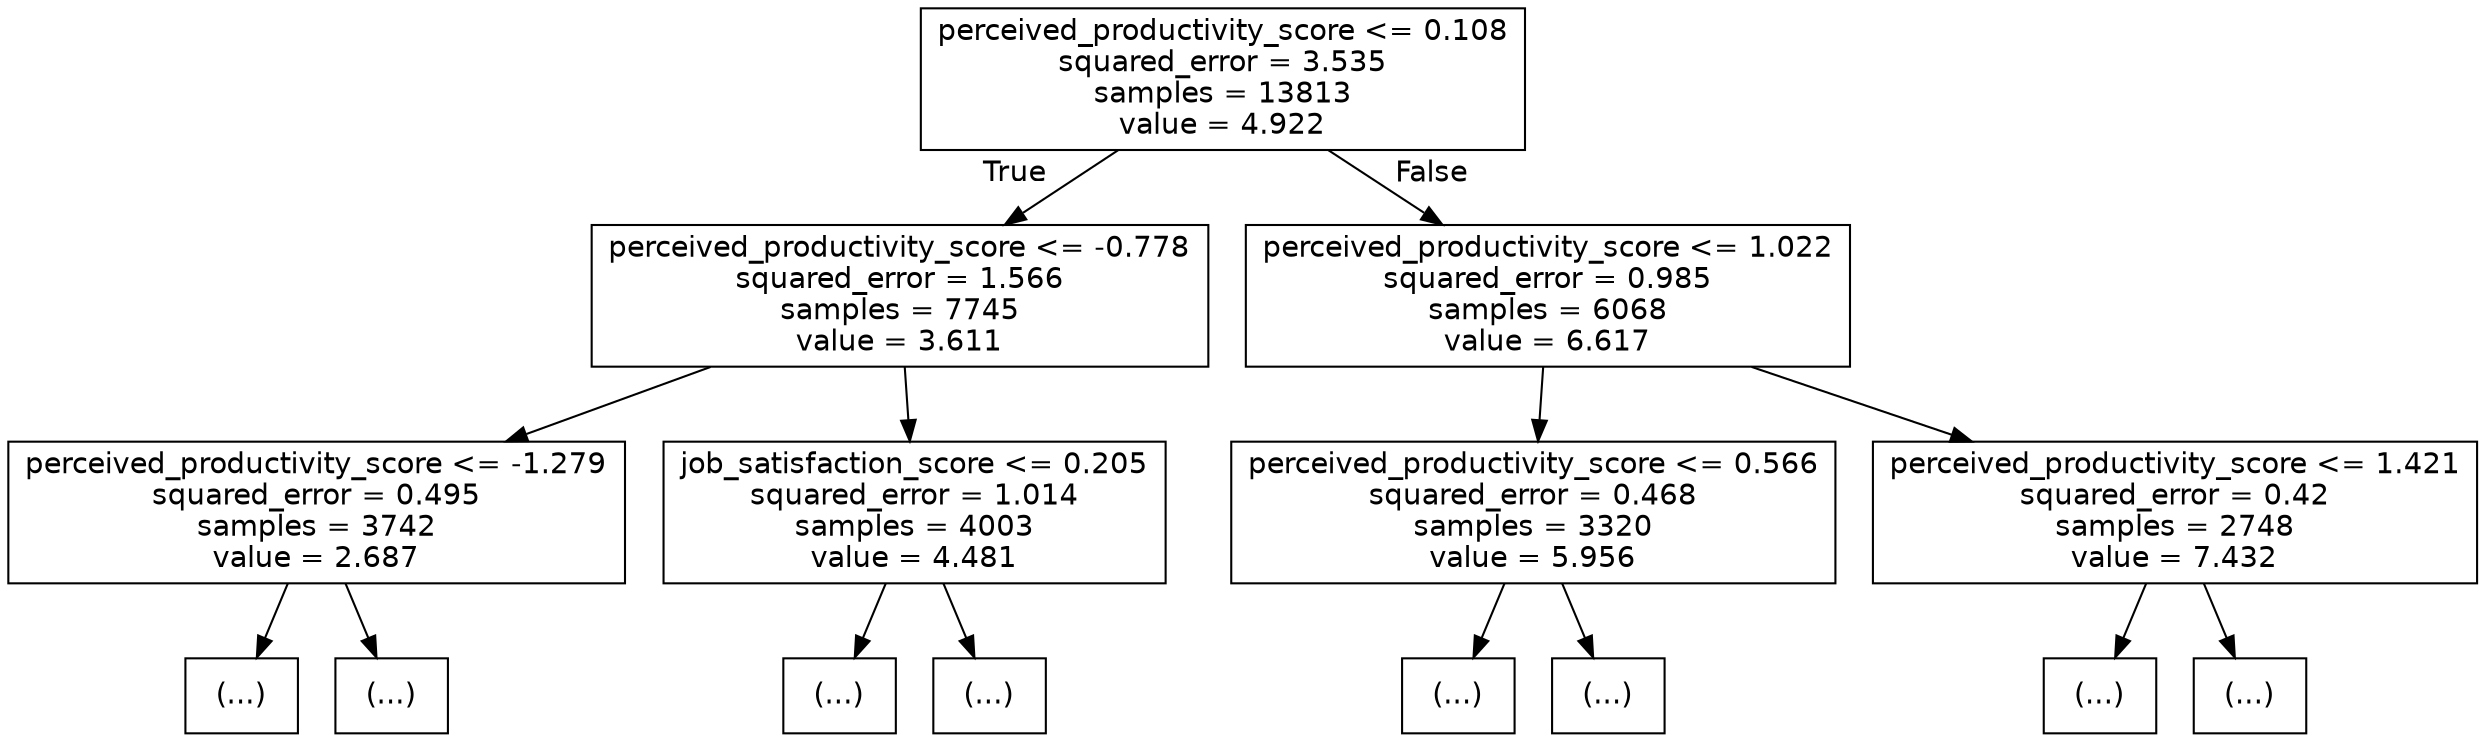
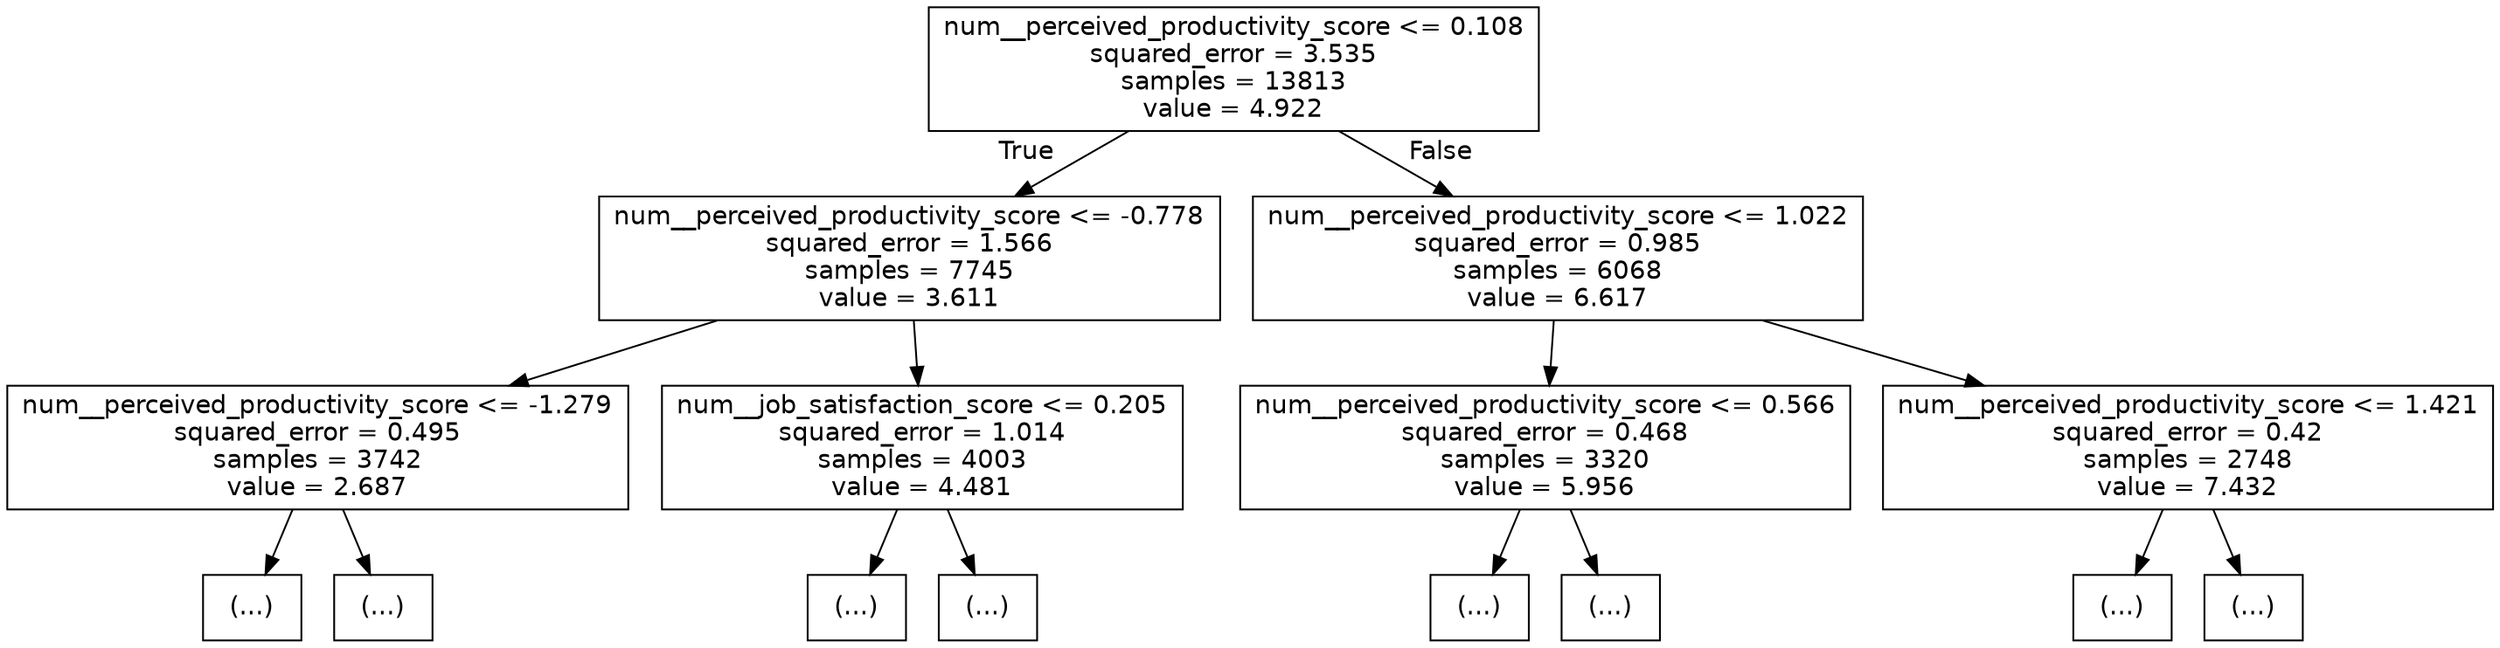
digraph Tree {
node [shape=box, fontname="helvetica"] ;
edge [fontname="helvetica"] ;
- 0 [label="perceived_productivity_score <= 0.108\nsquared_error = 3.535\nsamples = 13813\nvalue = 4.922"] ;
- 1 [label="perceived_productivity_score <= -0.778\nsquared_error = 1.566\nsamples = 7745\nvalue = 3.611"] ;
+ 0 [label="num__perceived_productivity_score <= 0.108\nsquared_error = 3.535\nsamples = 13813\nvalue = 4.922"] ;
+ 1 [label="num__perceived_productivity_score <= -0.778\nsquared_error = 1.566\nsamples = 7745\nvalue = 3.611"] ;
0 -> 1 [labeldistance=2.5, labelangle=45, headlabel="True"] ;
- 2 [label="perceived_productivity_score <= -1.279\nsquared_error = 0.495\nsamples = 3742\nvalue = 2.687"] ;
+ 2 [label="num__perceived_productivity_score <= -1.279\nsquared_error = 0.495\nsamples = 3742\nvalue = 2.687"] ;
1 -> 2 ;
3 [label="(...)"] ;
2 -> 3 ;
64 [label="(...)"] ;
2 -> 64 ;
- 125 [label="job_satisfaction_score <= 0.205\nsquared_error = 1.014\nsamples = 4003\nvalue = 4.481"] ;
+ 125 [label="num__job_satisfaction_score <= 0.205\nsquared_error = 1.014\nsamples = 4003\nvalue = 4.481"] ;
1 -> 125 ;
126 [label="(...)"] ;
125 -> 126 ;
187 [label="(...)"] ;
125 -> 187 ;
- 244 [label="perceived_productivity_score <= 1.022\nsquared_error = 0.985\nsamples = 6068\nvalue = 6.617"] ;
+ 244 [label="num__perceived_productivity_score <= 1.022\nsquared_error = 0.985\nsamples = 6068\nvalue = 6.617"] ;
0 -> 244 [labeldistance=2.5, labelangle=-45, headlabel="False"] ;
- 245 [label="perceived_productivity_score <= 0.566\nsquared_error = 0.468\nsamples = 3320\nvalue = 5.956"] ;
+ 245 [label="num__perceived_productivity_score <= 0.566\nsquared_error = 0.468\nsamples = 3320\nvalue = 5.956"] ;
244 -> 245 ;
246 [label="(...)"] ;
245 -> 246 ;
305 [label="(...)"] ;
245 -> 305 ;
- 368 [label="perceived_productivity_score <= 1.421\nsquared_error = 0.42\nsamples = 2748\nvalue = 7.432"] ;
+ 368 [label="num__perceived_productivity_score <= 1.421\nsquared_error = 0.42\nsamples = 2748\nvalue = 7.432"] ;
244 -> 368 ;
369 [label="(...)"] ;
368 -> 369 ;
430 [label="(...)"] ;
368 -> 430 ;
}